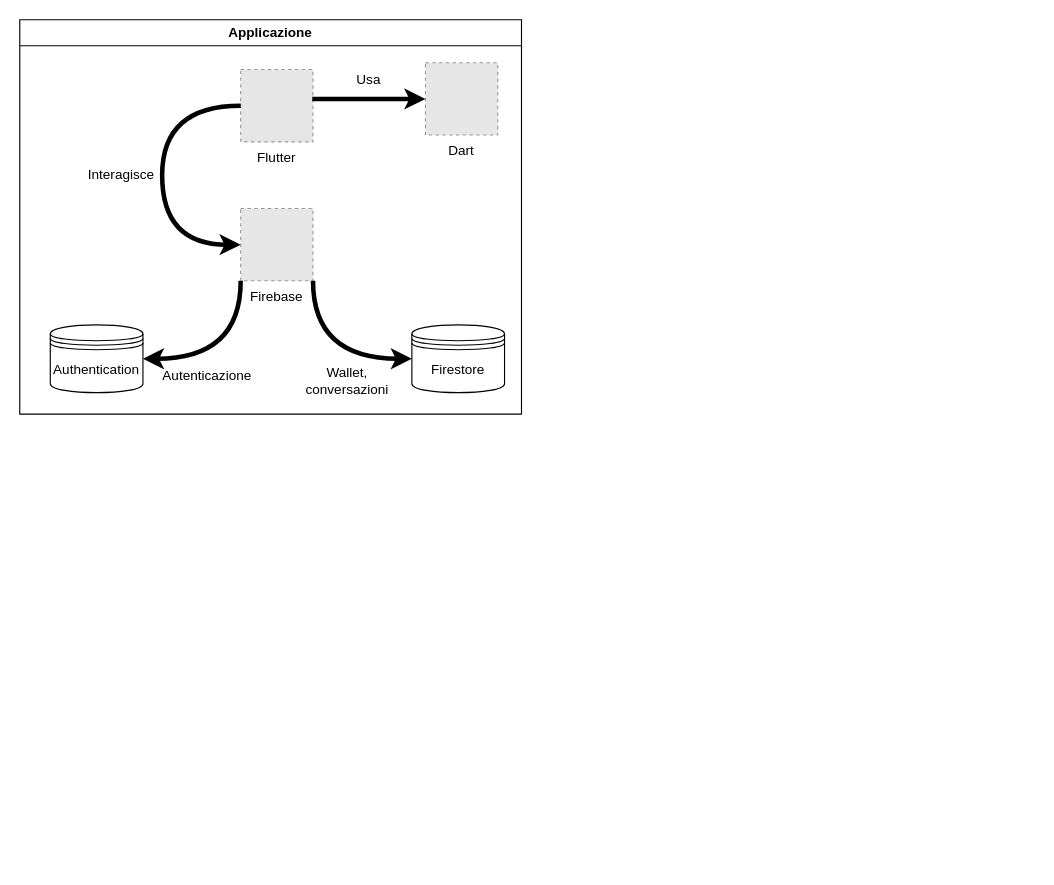
SerpenTaki/Tesi-Gabriele-Di-Pietro keeps this draw.io diagram as page "Blank" (1 of 4) of schemi/Diagramma senza titolo.drawio. Above is the earlier version. Source tidied: cells renumbered, new cells numbered last; positions are measured from the earlier drawing's top-left corner, leaving out a move shared by most shapes. Both pictures are drawn from the tidied source at 113%, with x=0, y=0 at pixel (19, 19). Pictures stored in the file or linked from it are replaced by grey dashed boxes.
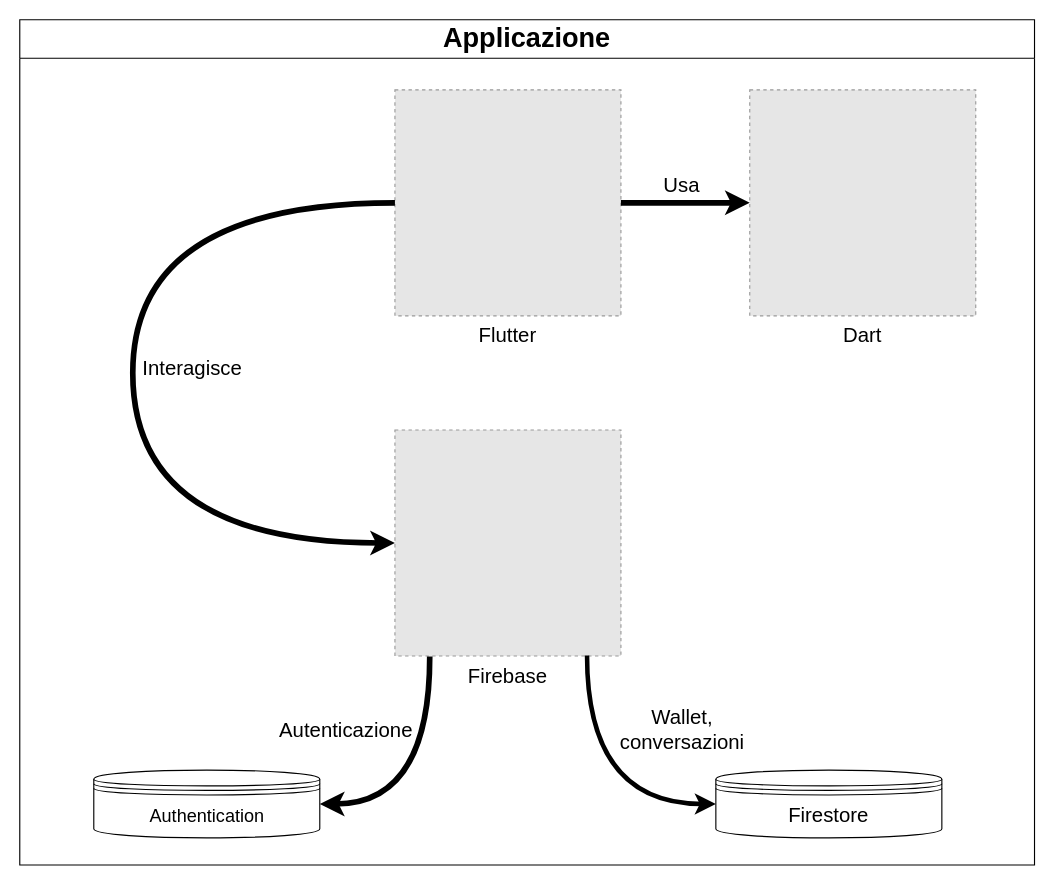
The same page after the edit.

The edit, as a diff of the source:
```diff
@@
 <mxGraphModel>
   <root>
     <mxCell id="0" />
     <mxCell id="1" parent="0" />
-    <mxCell id="2" value="Applicazione" style="swimlane;whiteSpace=wrap;html=1;" parent="1" vertex="1">
-      <mxGeometry width="444" height="349" as="geometry" />
+    <mxCell id="2" value="&lt;font style=&quot;font-size: 24px;&quot;&gt;Applicazione&lt;/font&gt;" style="swimlane;whiteSpace=wrap;html=1;startSize=34;" parent="1" vertex="1">
+      <mxGeometry width="898" height="748" as="geometry" />
     </mxCell>
-    <mxCell id="3" value="Dart" style="fillColor=#E6E6E6;strokeColor=#999999;dashed=1;verticalLabelPosition=bottom;verticalAlign=top;" parent="2" vertex="1">
-      <mxGeometry x="359" y="38" width="64" height="64" as="geometry" />
+    <mxCell id="3" value="Dart" style="fillColor=#E6E6E6;strokeColor=#999999;dashed=1;verticalLabelPosition=bottom;verticalAlign=top;fontSize=18;" parent="2" vertex="1">
+      <mxGeometry x="646" y="62" width="200" height="200" as="geometry" />
     </mxCell>
-    <mxCell id="4" value="Flutter" style="fillColor=#E6E6E6;strokeColor=#999999;dashed=1;verticalLabelPosition=bottom;verticalAlign=top;" parent="2" vertex="1">
-      <mxGeometry x="195.5" y="44" width="64" height="64" as="geometry" />
+    <mxCell id="4" value="Flutter" style="fillColor=#E6E6E6;strokeColor=#999999;dashed=1;verticalLabelPosition=bottom;verticalAlign=top;fontSize=18;" parent="2" vertex="1">
+      <mxGeometry x="332" y="62" width="200" height="200" as="geometry" />
     </mxCell>
-    <mxCell id="5" value="Firebase" style="fillColor=#E6E6E6;strokeColor=#999999;dashed=1;verticalLabelPosition=bottom;verticalAlign=top;" parent="2" vertex="1">
-      <mxGeometry x="195.5" y="167" width="64" height="64" as="geometry" />
+    <mxCell id="5" value="Firebase" style="fillColor=#E6E6E6;strokeColor=#999999;dashed=1;verticalLabelPosition=bottom;verticalAlign=top;fontSize=18;" parent="2" vertex="1">
+      <mxGeometry x="332" y="363" width="200" height="200" as="geometry" />
     </mxCell>
-    <mxCell id="6" value="Firestore" style="shape=datastore;whiteSpace=wrap;html=1;" parent="2" vertex="1">
-      <mxGeometry x="347" y="270" width="82" height="60" as="geometry" />
+    <mxCell id="6" value="&lt;font style=&quot;font-size: 18px;&quot;&gt;Firestore&lt;/font&gt;" style="shape=datastore;whiteSpace=wrap;html=1;" parent="2" vertex="1">
+      <mxGeometry x="616" y="664" width="200" height="60" as="geometry" />
     </mxCell>
-    <mxCell id="7" value="Authentication" style="shape=datastore;whiteSpace=wrap;html=1;" parent="2" vertex="1">
-      <mxGeometry x="27" y="270" width="82" height="60" as="geometry" />
+    <mxCell id="7" value="&lt;font style=&quot;font-size: 16px;&quot;&gt;Authentication&lt;/font&gt;" style="shape=datastore;whiteSpace=wrap;html=1;" parent="2" vertex="1">
+      <mxGeometry x="65.5" y="664" width="200" height="60" as="geometry" />
     </mxCell>
-    <mxCell id="8" value="Usa" style="text;html=1;whiteSpace=wrap;strokeColor=none;fillColor=none;align=center;verticalAlign=middle;rounded=0;" parent="2" vertex="1">
-      <mxGeometry x="279" y="38" width="60" height="30" as="geometry" />
+    <mxCell id="8" value="&lt;font style=&quot;font-size: 18px;&quot;&gt;Usa&lt;/font&gt;" style="text;html=1;whiteSpace=wrap;strokeColor=none;fillColor=none;align=center;verticalAlign=middle;rounded=0;" parent="2" vertex="1">
+      <mxGeometry x="556" y="132" width="60" height="30" as="geometry" />
     </mxCell>
-    <mxCell id="9" style="edgeStyle=none;jettySize=auto;html=1;rounded=0;entryX=0;entryY=0.5;entryDx=0;entryDy=0;exitX=0.99;exitY=0.408;exitDx=0;exitDy=0;exitPerimeter=0;strokeWidth=4;" parent="2" edge="1" source="4" target="3">
+    <mxCell id="9" style="edgeStyle=none;jettySize=auto;html=1;rounded=0;entryX=0;entryY=0.5;entryDx=0;entryDy=0;exitX=1;exitY=0.5;exitDx=0;exitDy=0;strokeWidth=5;fontSize=13;" parent="2" edge="1" source="4" target="3">
       <mxGeometry relative="1" as="geometry" />
     </mxCell>
-    <mxCell id="10" style="endArrow=classic;html=1;rounded=0;exitX=0;exitY=0.5;exitDx=0;exitDy=0;entryX=0;entryY=0.5;entryDx=0;entryDy=0;edgeStyle=orthogonalEdgeStyle;curved=1;strokeWidth=4;" parent="2" edge="1" source="4" target="5">
-      <mxGeometry relative="1" as="geometry">
-        <Array as="points">
-          <mxPoint x="126" y="76" />
-          <mxPoint x="126" y="199" />
-        </Array>
-      </mxGeometry>
-    </mxCell>
-    <mxCell id="11" value="Interagisce" style="text;html=1;whiteSpace=wrap;strokeColor=none;fillColor=none;align=center;verticalAlign=middle;rounded=0;" parent="2" vertex="1">
-      <mxGeometry x="60" y="122" width="60" height="30" as="geometry" />
+    <mxCell id="11" value="&lt;font style=&quot;font-size: 18px;&quot;&gt;Interagisce&lt;/font&gt;" style="text;html=1;whiteSpace=wrap;strokeColor=none;fillColor=none;align=center;verticalAlign=middle;rounded=0;" parent="2" vertex="1">
+      <mxGeometry x="123" y="294" width="60" height="30" as="geometry" />
     </mxCell>
-    <mxCell id="12" style="endArrow=classic;html=1;rounded=0;entryX=0;entryY=0.5;entryDx=0;entryDy=0;exitX=1;exitY=1;exitDx=0;exitDy=0;edgeStyle=orthogonalEdgeStyle;curved=1;strokeWidth=4;" parent="2" edge="1" source="5" target="6">
-      <mxGeometry relative="1" as="geometry" />
-    </mxCell>
-    <mxCell id="13" style="endArrow=classic;html=1;rounded=0;entryX=1;entryY=0.5;entryDx=0;entryDy=0;exitX=0;exitY=1;exitDx=0;exitDy=0;edgeStyle=orthogonalEdgeStyle;curved=1;strokeWidth=4;" parent="2" edge="1" source="5" target="7">
-      <mxGeometry relative="1" as="geometry">
-        <Array as="points">
-          <mxPoint x="195" y="300" />
-        </Array>
-      </mxGeometry>
-    </mxCell>
-    <mxCell id="14" value="Autenticazione" style="text;html=1;whiteSpace=wrap;strokeColor=none;fillColor=none;align=center;verticalAlign=middle;rounded=0;" parent="2" vertex="1">
-      <mxGeometry x="135.5" y="300" width="60" height="30" as="geometry" />
+    <mxCell id="14" value="&lt;font style=&quot;font-size: 18px;&quot;&gt;Autenticazione&lt;/font&gt;" style="text;html=1;whiteSpace=wrap;strokeColor=none;fillColor=none;align=center;verticalAlign=middle;rounded=0;" parent="2" vertex="1">
+      <mxGeometry x="259" y="614" width="60" height="30" as="geometry" />
     </mxCell>
-    <mxCell id="15" value="Wallet, conversazioni" style="text;html=1;whiteSpace=wrap;strokeColor=none;fillColor=none;align=center;verticalAlign=middle;rounded=0;" parent="2" vertex="1">
-      <mxGeometry x="259.5" y="305" width="60" height="30" as="geometry" />
+    <mxCell id="15" value="&lt;font style=&quot;font-size: 18px;&quot;&gt;Wallet, conversazioni&lt;/font&gt;" style="text;html=1;whiteSpace=wrap;strokeColor=none;fillColor=none;align=center;verticalAlign=middle;rounded=0;" parent="2" vertex="1">
+      <mxGeometry x="521.5" y="614" width="129" height="30" as="geometry" />
     </mxCell>
+    <mxCell id="10" style="endArrow=classic;html=1;rounded=0;entryX=0;entryY=0.5;entryDx=0;entryDy=0;exitX=0;exitY=0.5;exitDx=0;exitDy=0;edgeStyle=orthogonalEdgeStyle;curved=1;strokeWidth=5;" parent="2" edge="1" source="4" target="5">
+      <mxGeometry relative="1" as="geometry">
+        <Array as="points">
+          <mxPoint x="100" y="162" />
+          <mxPoint x="100" y="463" />
+        </Array>
+      </mxGeometry>
+    </mxCell>
+    <mxCell id="13" style="endArrow=classic;html=1;rounded=0;entryX=1;entryY=0.5;entryDx=0;entryDy=0;exitX=0.154;exitY=1.002;exitDx=0;exitDy=0;exitPerimeter=0;edgeStyle=orthogonalEdgeStyle;curved=1;strokeWidth=5;" parent="2" edge="1" source="5" target="7">
+      <mxGeometry relative="1" as="geometry" />
+    </mxCell>
+    <mxCell id="12" style="endArrow=classic;html=1;rounded=0;entryX=0;entryY=0.5;entryDx=0;entryDy=0;exitX=0.85;exitY=0.998;exitDx=0;exitDy=0;exitPerimeter=0;edgeStyle=orthogonalEdgeStyle;curved=1;strokeWidth=4;" parent="2" edge="1" source="5" target="6">
+      <mxGeometry relative="1" as="geometry" />
+    </mxCell>
   </root>
 </mxGraphModel>
```
